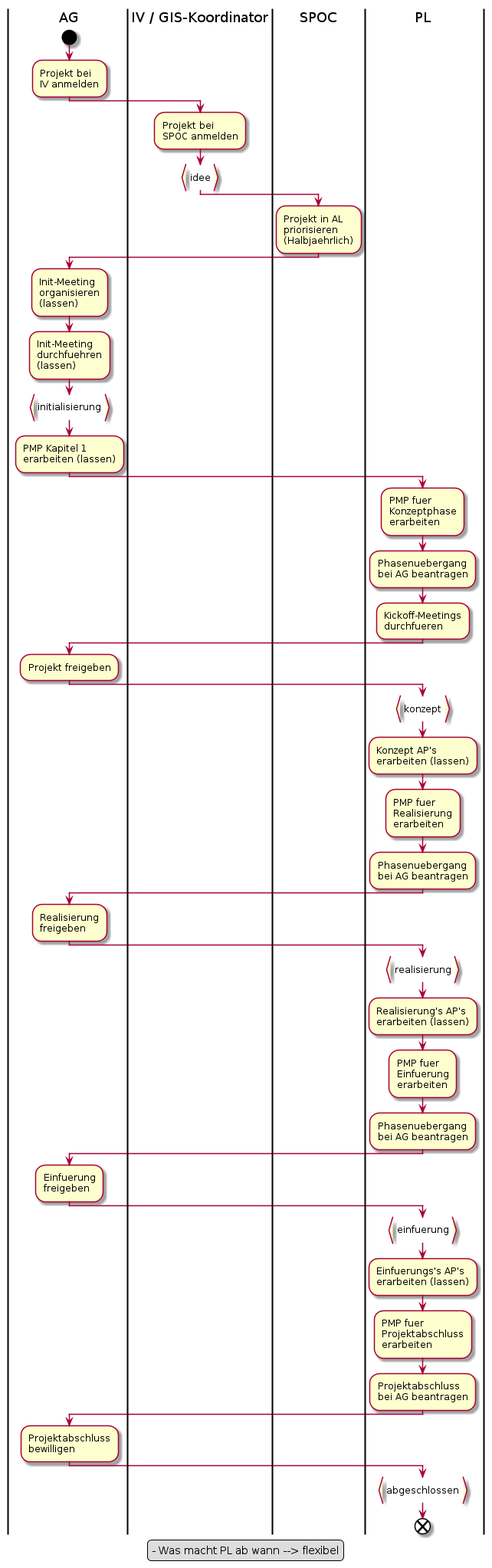
Earlier version of the PlantUML export puml_output/flow_agiprojekt.png (ojeker/docktick).
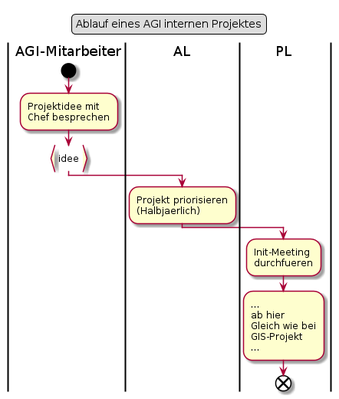
Above is the later version.

The edit, as a diff of the source:
```diff
@@ -1,79 +1,22 @@
 @startuml
 legend top
-	Ablauf eines GIS-Projektes
+	Ablauf eines AGI internen Projektes
 end legend
-|AG|
+|AGI-Mitarbeiter|
 start
-:Projekt bei
-IV anmelden;
-|IV / GIS-Koordinator|
-:Projekt bei
-SPOC anmelden;
+:Projektidee mit
+Chef besprechen;
 :idee}
-|SPOC|
-:Projekt in AL
-priorisieren
-(Halbjaehrlich);
-|AG|
+|AL|
+:Projekt priorisieren
+(Halbjaerlich);
+|PL|
 :Init-Meeting
-organisieren
-(lassen);
-:Init-Meeting
-durchfuehren
-(lassen);
-:initialisierung}
-:PMP Kapitel 1
-erarbeiten (lassen);
-|PL|
-:PMP fuer
-Konzeptphase
-erarbeiten;
-legend bottom
-- Was macht PL ab wann --> flexibel
-end legend
-:Phasenuebergang
-bei AG beantragen;
-:Kickoff-Meetings
 durchfueren;
-|AG|
-:Projekt freigeben;
-|PL|
-:konzept}
-:Konzept AP's
-erarbeiten (lassen);
-:PMP fuer
-Realisierung
-erarbeiten;
-:Phasenuebergang
-bei AG beantragen;
-|AG|
-:Realisierung
-freigeben;
-|PL|
-:realisierung}
-:Realisierung's AP's
-erarbeiten (lassen);
-:PMP fuer
-Einfuerung
-erarbeiten;
-:Phasenuebergang
-bei AG beantragen;
-|AG|
-:Einfuerung
-freigeben;
-|PL|
-:einfuerung}
-:Einfuerungs's AP's
-erarbeiten (lassen);
-:PMP fuer
-Projektabschluss
-erarbeiten;
-:Projektabschluss
-bei AG beantragen;
-|AG|
-:Projektabschluss
-bewilligen;
-|PL|
-:abgeschlossen}
+:...
+ab hier
+Gleich wie bei
+GIS-Projekt
+...;
 end
 @enduml
```
